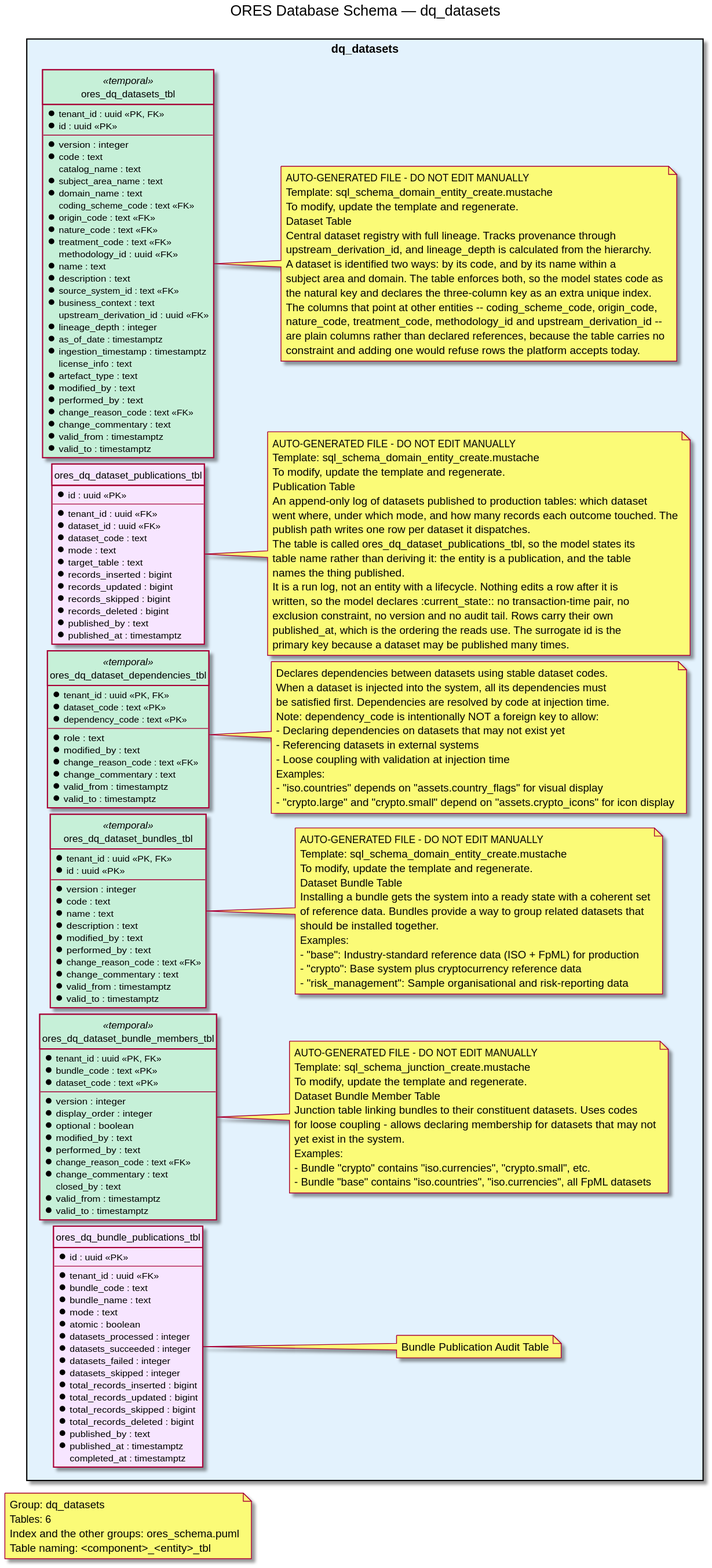
Earlier version of the PlantUML export projects/ores.sql/modeling/ores_schema.dq_datasets.svg (OreStudio/OreStudio). Its diagram source:
```plantuml
@startuml

title ORES Database Schema — dq_datasets
hide circle
skinparam linetype ortho

left to right direction
skinparam packageStyle rectangle
skinparam nodesep 8
skinparam ranksep 20

note as GroupNote
Group: dq_datasets
Tables: 6
Index and the other groups: ores_schema.puml
Table naming: <component>_<entity>_tbl
end note

package "dq_datasets" #E3F2FD {
    entity ores_dq_bundle_publications_tbl  #F7E5FF {
        * id : uuid <<PK>>
        --
        * tenant_id : uuid <<FK>>
        * bundle_code : text
        * bundle_name : text
        * mode : text
        * atomic : boolean
        * datasets_processed : integer
        * datasets_succeeded : integer
        * datasets_failed : integer
        * datasets_skipped : integer
        * total_records_inserted : bigint
        * total_records_updated : bigint
        * total_records_skipped : bigint
        * total_records_deleted : bigint
        * published_by : text
        * published_at : timestamptz
          completed_at : timestamptz
    }

    note right of ores_dq_bundle_publications_tbl
    Bundle Publication Audit Table
    end note

    entity ores_dq_dataset_bundle_members_tbl <<temporal>> #C6F0D8 {
        * tenant_id : uuid <<PK, FK>>
        * bundle_code : text <<PK>>
        * dataset_code : text <<PK>>
        --
        * version : integer
        * display_order : integer
        * optional : boolean
        * modified_by : text
        * performed_by : text
        * change_reason_code : text <<FK>>
        * change_commentary : text
          closed_by : text
        * valid_from : timestamptz
        * valid_to : timestamptz
    }

    note right of ores_dq_dataset_bundle_members_tbl
    AUTO-GENERATED FILE - DO NOT EDIT MANUALLY
    Template: sql_schema_junction_create.mustache
    To modify, update the template and regenerate.
    Dataset Bundle Member Table
    Junction table linking bundles to their constituent datasets. Uses codes
    for loose coupling - allows declaring membership for datasets that may not
    yet exist in the system.
    Examples:
    - Bundle "crypto" contains "iso.currencies", "crypto.small", etc.
    - Bundle "base" contains "iso.countries", "iso.currencies", all FpML datasets
    end note

    entity ores_dq_dataset_bundles_tbl <<temporal>> #C6F0D8 {
        * tenant_id : uuid <<PK, FK>>
        * id : uuid <<PK>>
        --
        * version : integer
        * code : text
        * name : text
        * description : text
        * modified_by : text
        * performed_by : text
        * change_reason_code : text <<FK>>
        * change_commentary : text
        * valid_from : timestamptz
        * valid_to : timestamptz
    }

    note right of ores_dq_dataset_bundles_tbl
    AUTO-GENERATED FILE - DO NOT EDIT MANUALLY
    Template: sql_schema_domain_entity_create.mustache
    To modify, update the template and regenerate.
    Dataset Bundle Table
    Installing a bundle gets the system into a ready state with a coherent set
    of reference data. Bundles provide a way to group related datasets that
    should be installed together.
    Examples:
    - "base": Industry-standard reference data (ISO + FpML) for production
    - "crypto": Base system plus cryptocurrency reference data
    - "risk_management": Sample organisational and risk-reporting data
    end note

    entity ores_dq_dataset_dependencies_tbl <<temporal>> #C6F0D8 {
        * tenant_id : uuid <<PK, FK>>
        * dataset_code : text <<PK>>
        * dependency_code : text <<PK>>
        --
        * role : text
        * modified_by : text
        * change_reason_code : text <<FK>>
        * change_commentary : text
        * valid_from : timestamptz
        * valid_to : timestamptz
    }

    note right of ores_dq_dataset_dependencies_tbl
    Declares dependencies between datasets using stable dataset codes.
    When a dataset is injected into the system, all its dependencies must
    be satisfied first. Dependencies are resolved by code at injection time.
    Note: dependency_code is intentionally NOT a foreign key to allow:
    - Declaring dependencies on datasets that may not exist yet
    - Referencing datasets in external systems
    - Loose coupling with validation at injection time
    Examples:
    - "iso.countries" depends on "assets.country_flags" for visual display
    - "crypto.large" and "crypto.small" depend on "assets.crypto_icons" for icon display
    end note

    entity ores_dq_dataset_publications_tbl  #F7E5FF {
        * id : uuid <<PK>>
        --
        * tenant_id : uuid <<FK>>
        * dataset_id : uuid <<FK>>
        * dataset_code : text
        * mode : text
        * target_table : text
        * records_inserted : bigint
        * records_updated : bigint
        * records_skipped : bigint
        * records_deleted : bigint
        * published_by : text
        * published_at : timestamptz
    }

    note right of ores_dq_dataset_publications_tbl
    AUTO-GENERATED FILE - DO NOT EDIT MANUALLY
    Template: sql_schema_domain_entity_create.mustache
    To modify, update the template and regenerate.
    Publication Table
    An append-only log of datasets published to production tables: which dataset
    went where, under which mode, and how many records each outcome touched. The
    publish path writes one row per dataset it dispatches.
    The table is called ores_dq_dataset_publications_tbl, so the model states its
    table name rather than deriving it: the entity is a publication, and the table
    names the thing published.
    It is a run log, not an entity with a lifecycle. Nothing edits a row after it is
    written, so the model declares :current_state:: no transaction-time pair, no
    exclusion constraint, no version and no audit tail. Rows carry their own
    published_at, which is the ordering the reads use. The surrogate id is the
    primary key because a dataset may be published many times.
    end note

    entity ores_dq_datasets_tbl <<temporal>> #C6F0D8 {
        * tenant_id : uuid <<PK, FK>>
        * id : uuid <<PK>>
        --
        * version : integer
        * code : text
          catalog_name : text
        * subject_area_name : text
        * domain_name : text
          coding_scheme_code : text <<FK>>
        * origin_code : text <<FK>>
        * nature_code : text <<FK>>
        * treatment_code : text <<FK>>
          methodology_id : uuid <<FK>>
        * name : text
        * description : text
        * source_system_id : text <<FK>>
        * business_context : text
          upstream_derivation_id : uuid <<FK>>
        * lineage_depth : integer
        * as_of_date : timestamptz
        * ingestion_timestamp : timestamptz
          license_info : text
        * artefact_type : text
        * modified_by : text
        * performed_by : text
        * change_reason_code : text <<FK>>
        * change_commentary : text
        * valid_from : timestamptz
        * valid_to : timestamptz
    }

    note right of ores_dq_datasets_tbl
    AUTO-GENERATED FILE - DO NOT EDIT MANUALLY
    Template: sql_schema_domain_entity_create.mustache
    To modify, update the template and regenerate.
    Dataset Table
    Central dataset registry with full lineage. Tracks provenance through
    upstream_derivation_id, and lineage_depth is calculated from the hierarchy.
    A dataset is identified two ways: by its code, and by its name within a
    subject area and domain. The table enforces both, so the model states code as
    the natural key and declares the three-column key as an extra unique index.
    The columns that point at other entities -- coding_scheme_code, origin_code,
    nature_code, treatment_code, methodology_id and upstream_derivation_id --
    are plain columns rather than declared references, because the table carries no
    constraint and adding one would refuse rows the platform accepts today.
    end note

}



@enduml
```
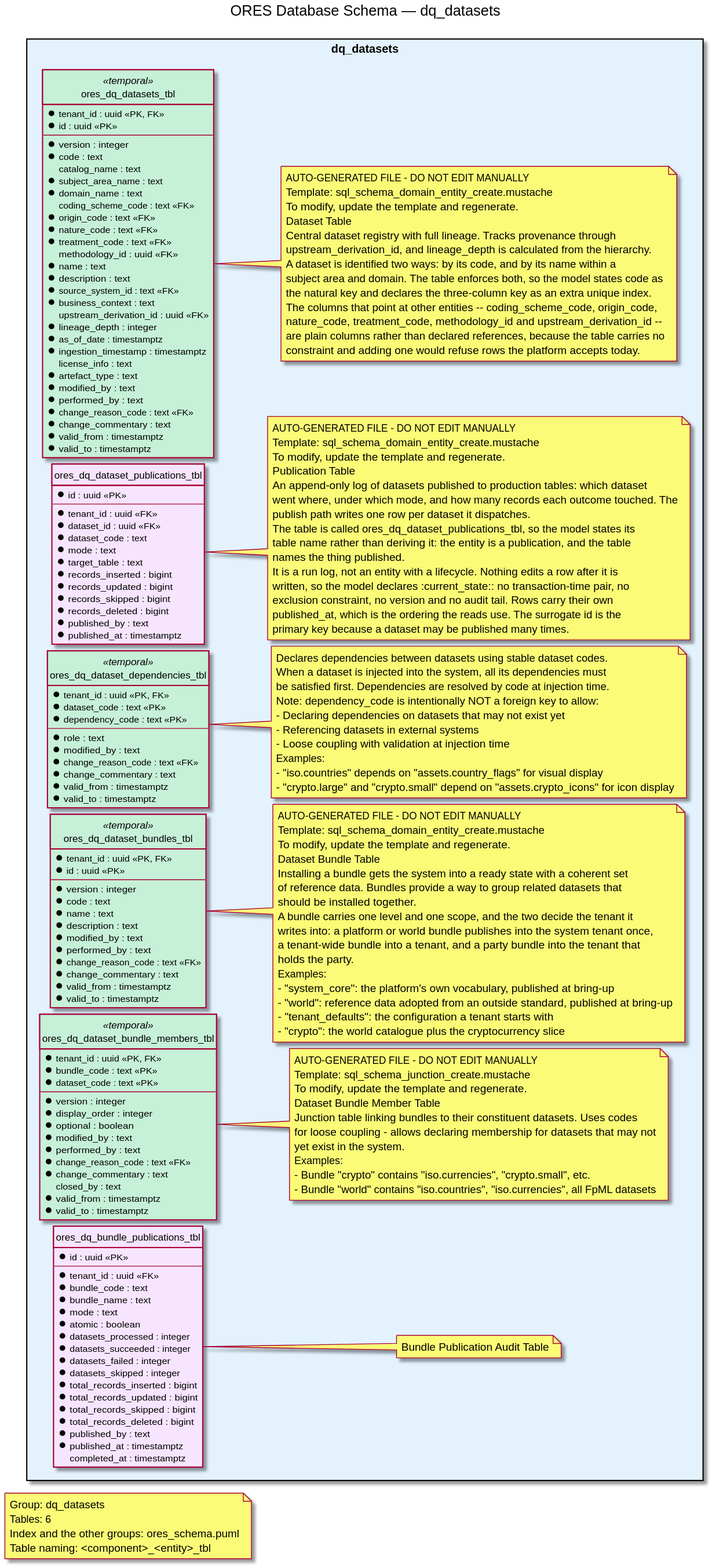
The same diagram one commit later.

Change to the diagram source:
```diff
@@ -69,7 +69,7 @@
     yet exist in the system.
     Examples:
     - Bundle "crypto" contains "iso.currencies", "crypto.small", etc.
-    - Bundle "base" contains "iso.countries", "iso.currencies", all FpML datasets
+    - Bundle "world" contains "iso.countries", "iso.currencies", all FpML datasets
     end note
 
     entity ores_dq_dataset_bundles_tbl <<temporal>> #C6F0D8 {
@@ -96,10 +96,15 @@
     Installing a bundle gets the system into a ready state with a coherent set
     of reference data. Bundles provide a way to group related datasets that
     should be installed together.
+    A bundle carries one level and one scope, and the two decide the tenant it
+    writes into: a platform or world bundle publishes into the system tenant once,
+    a tenant-wide bundle into a tenant, and a party bundle into the tenant that
+    holds the party.
     Examples:
-    - "base": Industry-standard reference data (ISO + FpML) for production
-    - "crypto": Base system plus cryptocurrency reference data
-    - "risk_management": Sample organisational and risk-reporting data
+    - "system_core": the platform's own vocabulary, published at bring-up
+    - "world": reference data adopted from an outside standard, published at bring-up
+    - "tenant_defaults": the configuration a tenant starts with
+    - "crypto": the world catalogue plus the cryptocurrency slice
     end note
 
     entity ores_dq_dataset_dependencies_tbl <<temporal>> #C6F0D8 {
```
